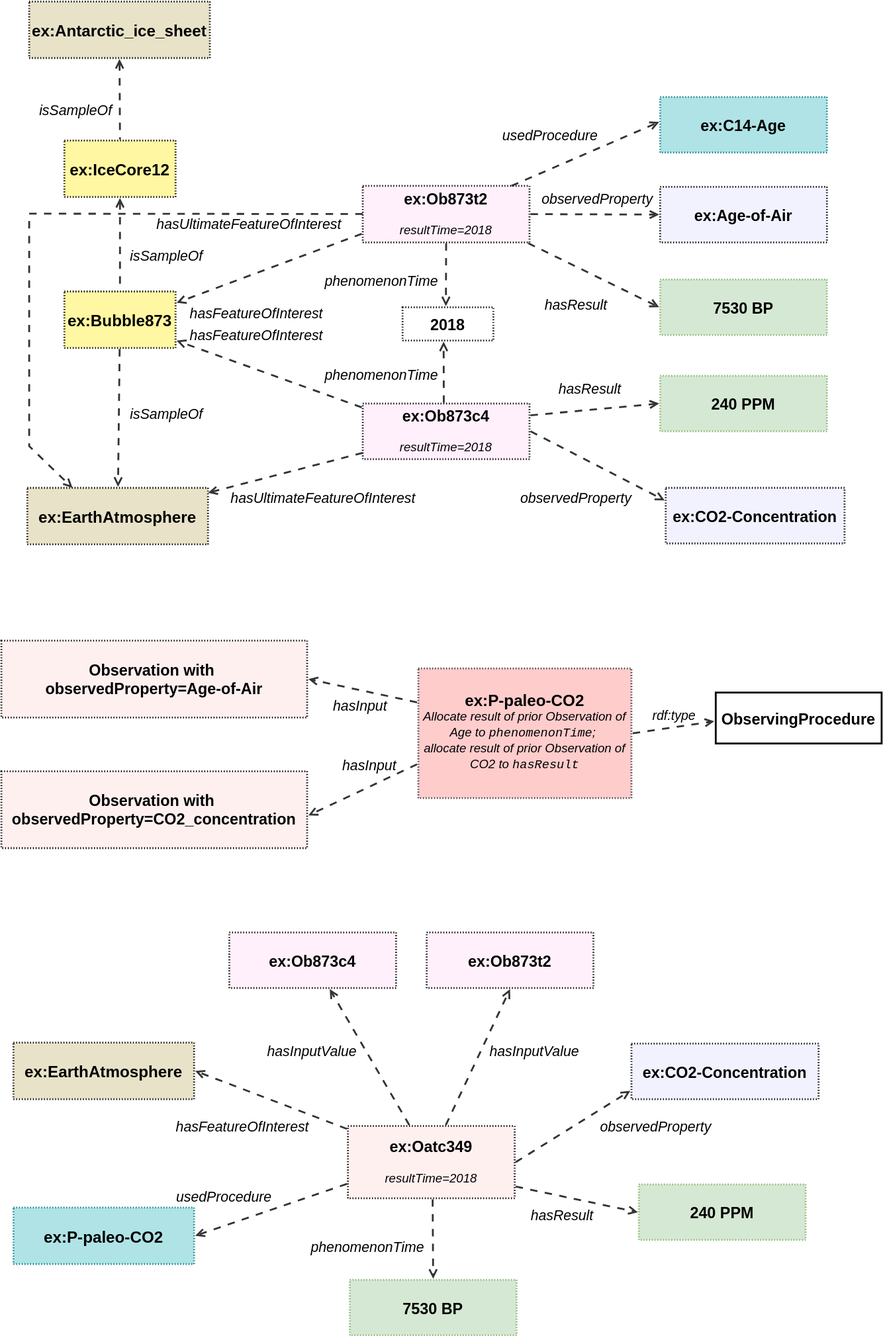
Above: ssn/images/paleo-atmosphere.svg in w3c/sdw-sosa-ssn (draw.io), before the change. Source tidied: cells renumbered, new cells last; positions are measured from the earlier drawing's top-left corner, leaving out a move shared by most shapes.
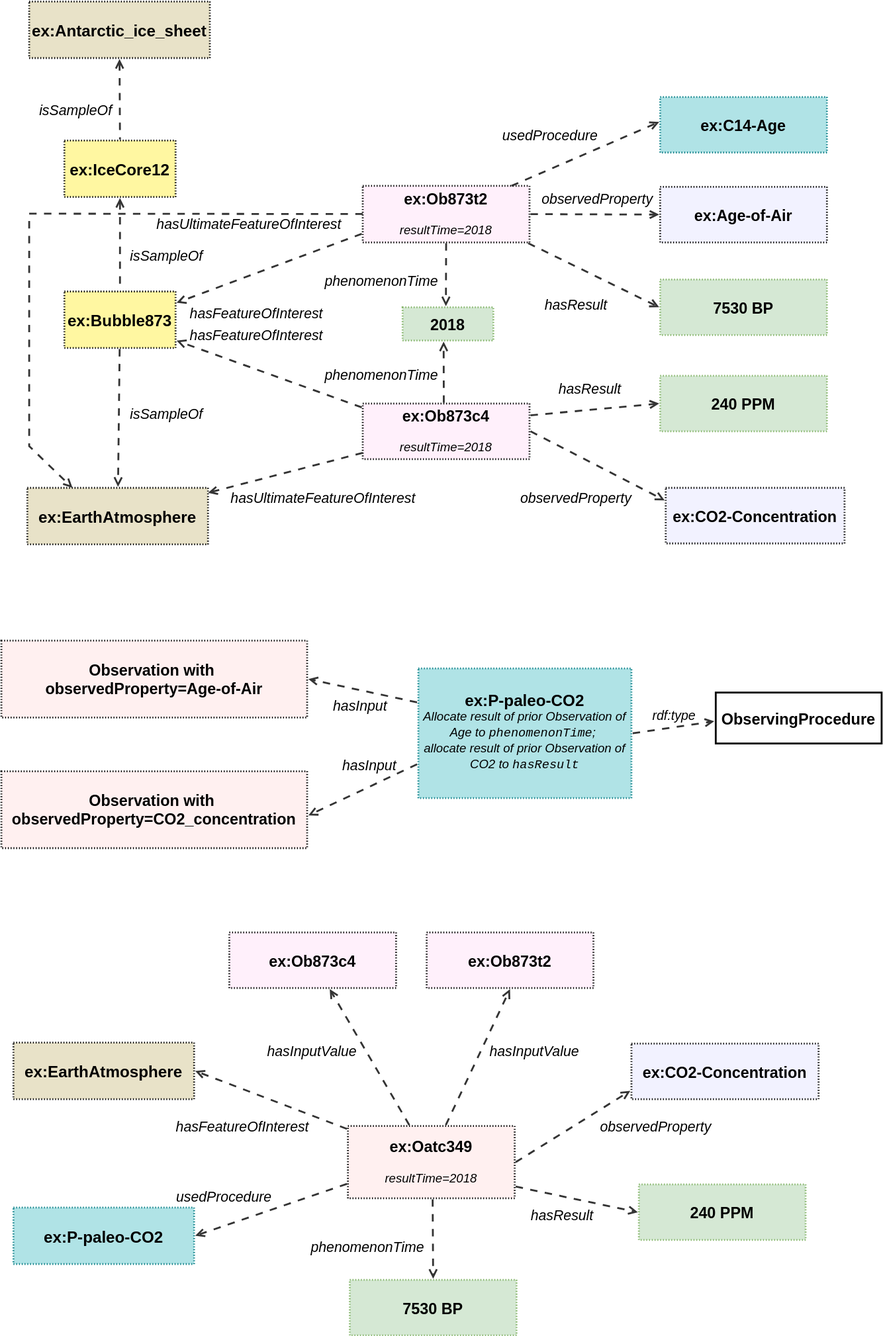
After the commit.

Commit message:
formatting and colour

What changed in the source:
```diff
@@ -77,7 +77,7 @@
     <mxCell id="26" value="hasFeatureOfInterest" style="html=1;overflow=block;blockSpacing=1;whiteSpace=wrap;fontSize=15.2;fontStyle=2;align=center;spacing=0;strokeColor=none;strokeOpacity=100;fillOpacity=100;fillColor=none;strokeWidth=2;lucidId=KowLlu4J.R~l;fontColor=default;convertToSvg=1;" parent="1" vertex="1">
       <mxGeometry x="208" y="346" width="135" height="27" as="geometry" />
     </mxCell>
-    <mxCell id="27" value="2018" style="html=1;overflow=block;blockSpacing=1;whiteSpace=wrap;fontSize=16.7;fontStyle=1;align=center;spacing=0;strokeOpacity=100;fillOpacity=100;fillColor=none;dashed=1;fixDash=1;dashPattern=1 2;strokeWidth=2;fontColor=default;convertToSvg=1;" parent="1" vertex="1">
+    <mxCell id="27" value="2018" style="html=1;overflow=block;blockSpacing=1;whiteSpace=wrap;fontSize=16.7;fontStyle=1;align=center;spacing=0;strokeOpacity=100;fillOpacity=100;fillColor=#d5e8d4;dashed=1;fixDash=1;dashPattern=1 2;strokeWidth=2;convertToSvg=1;strokeColor=#82b366;" parent="1" vertex="1">
       <mxGeometry x="433" y="330" width="98" height="36" as="geometry" />
     </mxCell>
     <mxCell id="28" style="html=1;jettySize=18;whiteSpace=wrap;fontSize=13;strokeColor=#333333;strokeOpacity=100;dashed=1;fixDash=1;dashPattern=8 8;strokeWidth=2;rounded=0;startArrow=none;endArrow=open;exitX=0.5;exitY=1.014;exitPerimeter=0;entryX=0.477;entryY=-0.031;entryPerimeter=0;lucidId=LqwLrqi~4e8v;fontColor=default;convertToSvg=1;" parent="1" edge="1" source="9" target="27">
@@ -152,7 +152,7 @@
     <mxCell id="51" value="ex:EarthAtmosphere" style="html=1;overflow=block;blockSpacing=1;whiteSpace=wrap;fontSize=17.3;fontStyle=1;align=center;spacing=0;strokeOpacity=100;fillOpacity=100;fillColor=#e8e2c8;dashed=1;fixDash=1;dashPattern=1 2;strokeWidth=2;fontColor=default;convertToSvg=1;" parent="1" vertex="1">
       <mxGeometry x="13" y="1124" width="195" height="61" as="geometry" />
     </mxCell>
-    <mxCell id="52" value="&lt;div style=&quot;display: flex; justify-content: center; text-align: center; align-items: baseline; font-size: 0; line-height: 1.25;margin-top: -2px;&quot;&gt;&lt;span&gt;&lt;span style=&quot;font-size:17.3px;font-weight: bold;&quot;&gt;ex:P-paleo-CO2&lt;/span&gt;&lt;span style=&quot;font-size:17.3px;font-style: italic;&quot;&gt;&lt;br&gt;&lt;/span&gt;&lt;/span&gt;&lt;/div&gt;&lt;div style=&quot;display: flex; justify-content: center; text-align: center; align-items: baseline; font-size: 0; line-height: 1.25;margin-top: -2px;&quot;&gt;&lt;span&gt;&lt;span style=&quot;font-size:13px;font-style: italic;&quot;&gt;&lt;span style=&quot;font-size:13.3px;font-style: italic;&quot;&gt;Allocate result of prior Observation of Age to &lt;/span&gt;&lt;span style=&quot;font-size:13.3px;font-style: italic;font-family: Liberation Mono;&quot;&gt;phenomenonTime&lt;/span&gt;&lt;span style=&quot;font-size:13.3px;font-style: italic;&quot;&gt;;&amp;nbsp;&lt;br&gt;&lt;/span&gt;&lt;/span&gt;&lt;span style=&quot;background-color: transparent; font-style: italic; font-size: 13.3px;&quot;&gt;allocate result of prior Observation of CO2 to &lt;/span&gt;&lt;span style=&quot;background-color: transparent; font-style: italic; font-size: 13.3px; font-family: &amp;quot;Liberation Mono&amp;quot;;&quot;&gt;hasResult&lt;/span&gt;&lt;/span&gt;&lt;/div&gt;" style="align=center;whiteSpace=wrap;overflow=block;blockSpacing=1;html=1;fontSize=13;spacing=0;strokeOpacity=100;fillOpacity=100;fillColor=#ffcccc;dashed=1;fixDash=1;dashPattern=1 2;strokeWidth=2;strokeColor=#36393d;fontColor=default;convertToSvg=1;" parent="1" vertex="1">
+    <mxCell id="52" value="&lt;div style=&quot;display: flex; justify-content: center; text-align: center; align-items: baseline; font-size: 0; line-height: 1.25;margin-top: -2px;&quot;&gt;&lt;span&gt;&lt;span style=&quot;font-size:17.3px;font-weight: bold;&quot;&gt;ex:P-paleo-CO2&lt;/span&gt;&lt;span style=&quot;font-size:17.3px;font-style: italic;&quot;&gt;&lt;br&gt;&lt;/span&gt;&lt;/span&gt;&lt;/div&gt;&lt;div style=&quot;display: flex; justify-content: center; text-align: center; align-items: baseline; font-size: 0; line-height: 1.25;margin-top: -2px;&quot;&gt;&lt;span&gt;&lt;span style=&quot;font-size:13px;font-style: italic;&quot;&gt;&lt;span style=&quot;font-size:13.3px;font-style: italic;&quot;&gt;Allocate result of prior Observation of Age to &lt;/span&gt;&lt;span style=&quot;font-size:13.3px;font-style: italic;font-family: Liberation Mono;&quot;&gt;phenomenonTime&lt;/span&gt;&lt;span style=&quot;font-size:13.3px;font-style: italic;&quot;&gt;;&amp;nbsp;&lt;br&gt;&lt;/span&gt;&lt;/span&gt;&lt;span style=&quot;background-color: transparent; font-style: italic; font-size: 13.3px;&quot;&gt;allocate result of prior Observation of CO2 to &lt;/span&gt;&lt;span style=&quot;background-color: transparent; font-style: italic; font-size: 13.3px; font-family: &amp;quot;Liberation Mono&amp;quot;;&quot;&gt;hasResult&lt;/span&gt;&lt;/span&gt;&lt;/div&gt;" style="align=center;whiteSpace=wrap;overflow=block;blockSpacing=1;html=1;fontSize=13;spacing=0;strokeOpacity=100;fillOpacity=100;fillColor=#b0e3e6;dashed=1;fixDash=1;dashPattern=1 2;strokeWidth=2;strokeColor=#0e8088;convertToSvg=1;" parent="1" vertex="1">
       <mxGeometry x="450" y="720" width="230" height="140" as="geometry" />
     </mxCell>
     <mxCell id="53" value="Observation with&amp;nbsp;&lt;div&gt;observedProperty=Age-of-Air&lt;/div&gt;" style="html=1;overflow=block;blockSpacing=1;whiteSpace=wrap;fontSize=16.7;fontStyle=1;align=center;spacing=0;strokeOpacity=100;fillOpacity=100;fillColor=#fff0f0;dashed=1;fixDash=1;dashPattern=1 2;strokeWidth=2;fontColor=default;convertToSvg=1;" parent="1" vertex="1">
```
